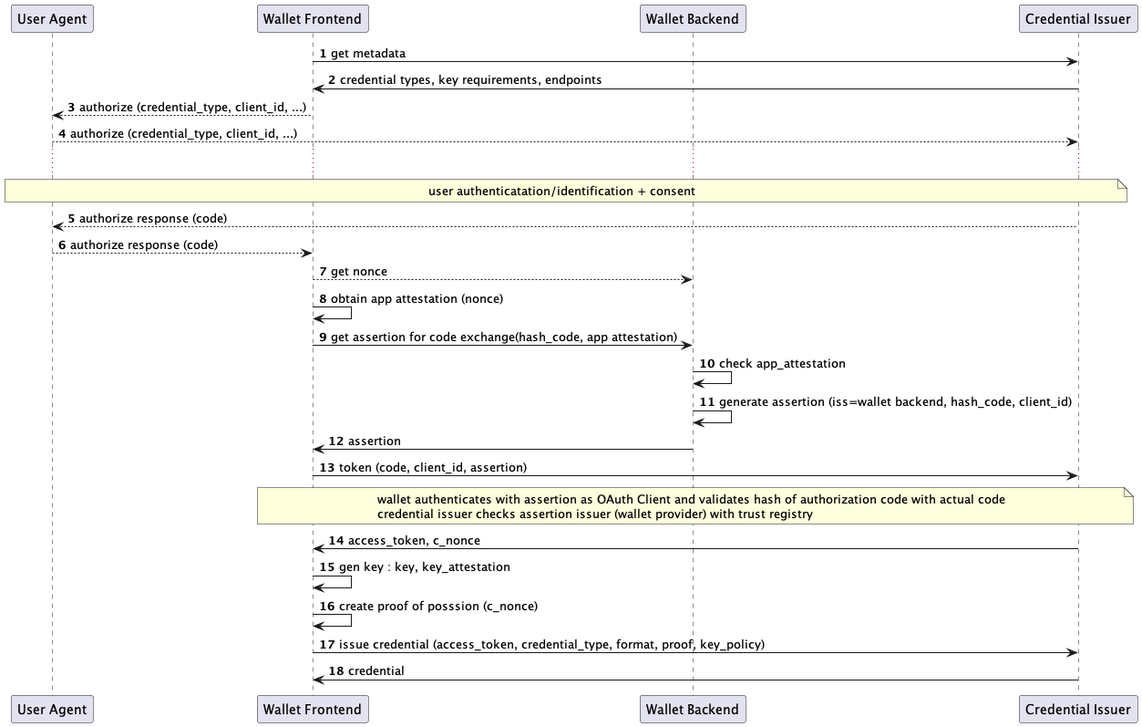
The PlantUML diagram diagrams/attestation_native_app_client_assertion.png in openid/OpenID4VCI, before a commit.
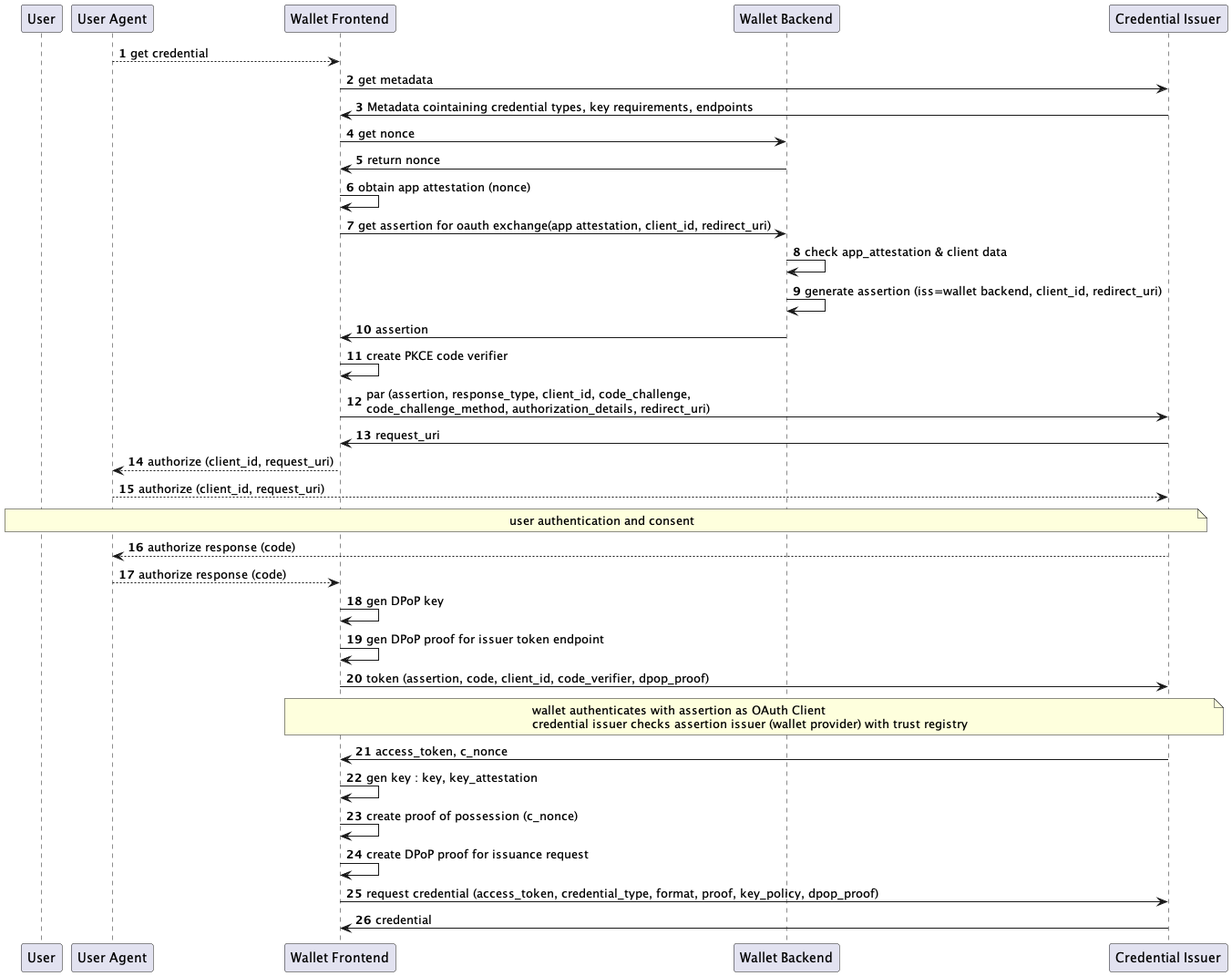
Later version of the same file.

Commit message:
added PAR and DPoP/mTLS to all options

What changed in the source:
```diff
@@ -1,29 +1,71 @@
 @startuml
+
 autonumber
-participant "User Agent" as u
+
+participant User as u
+
+participant "User Agent" as ua
+
 participant "Wallet Frontend" as w
+
 participant "Wallet Backend" as b
+
 participant "Credential Issuer" as i
 
+
+ua --> w: get credential
+
 w -> i: get metadata
-i -> w: credential types, key requirements, endpoints
-w --> u : authorize (credential_type, client_id, ...)
-u --> i: authorize (credential_type, client_id, ...)
-...
-note over u, i: user authenticatation/identification + consent
-i --> u : authorize response (code)
-u --> w: authorize response (code)
-w --> b: get nonce
+
+i -> w: Metadata cointaining credential types, key requirements, endpoints
+
+w -> b: get nonce
+b -> w: return nonce
+
 w -> w : obtain app attestation (nonce)
-w -> b : get assertion for code exchange(hash_code, app attestation)
-b -> b : check app_attestation
-b -> b : generate assertion (iss=wallet backend, hash_code, client_id)
+
+w -> b : get assertion for oauth exchange(app attestation, client_id, redirect_uri)
+
+b -> b : check app_attestation & client data
+
+b -> b : generate assertion (iss=wallet backend, client_id, redirect_uri)
+
 b -> w : assertion
-w -> i : token (code, client_id, assertion)
-note over w, i: wallet authenticates with assertion as OAuth Client and validates hash of authorization code with actual code\ncredential issuer checks assertion issuer (wallet provider) with trust registry
+
+w -> w : create PKCE code verifier
+
+w -> i : par (assertion, response_type, client_id, code_challenge,\ncode_challenge_method, authorization_details, redirect_uri)
+
+i -> w : request_uri
+
+
+w --> ua: authorize (client_id, request_uri)
+ua --> i: authorize (client_id, request_uri)
+
+
+note over u, i: user authentication and consent
+
+i --> ua : authorize response (code)
+ua --> w : authorize response (code)
+
+w -> w : gen DPoP key
+
+w -> w : gen DPoP proof for issuer token endpoint
+
+w -> i : token (assertion, code, client_id, code_verifier, dpop_proof)
+
+note over w, i: wallet authenticates with assertion as OAuth Client\ncredential issuer checks assertion issuer (wallet provider) with trust registry
+
 i -> w : access_token, c_nonce
+
 w -> w : gen key : key, key_attestation
-w -> w : create proof of posssion (c_nonce)
-w -> i : issue credential (access_token, credential_type, format, proof, key_policy)
+
+w -> w : create proof of possession (c_nonce)
+
+w  -> w : create DPoP proof for issuance request
+
+w -> i : request credential (access_token, credential_type, format, proof, key_policy, dpop_proof)
+
 i -> w : credential
+
 @enduml
```
